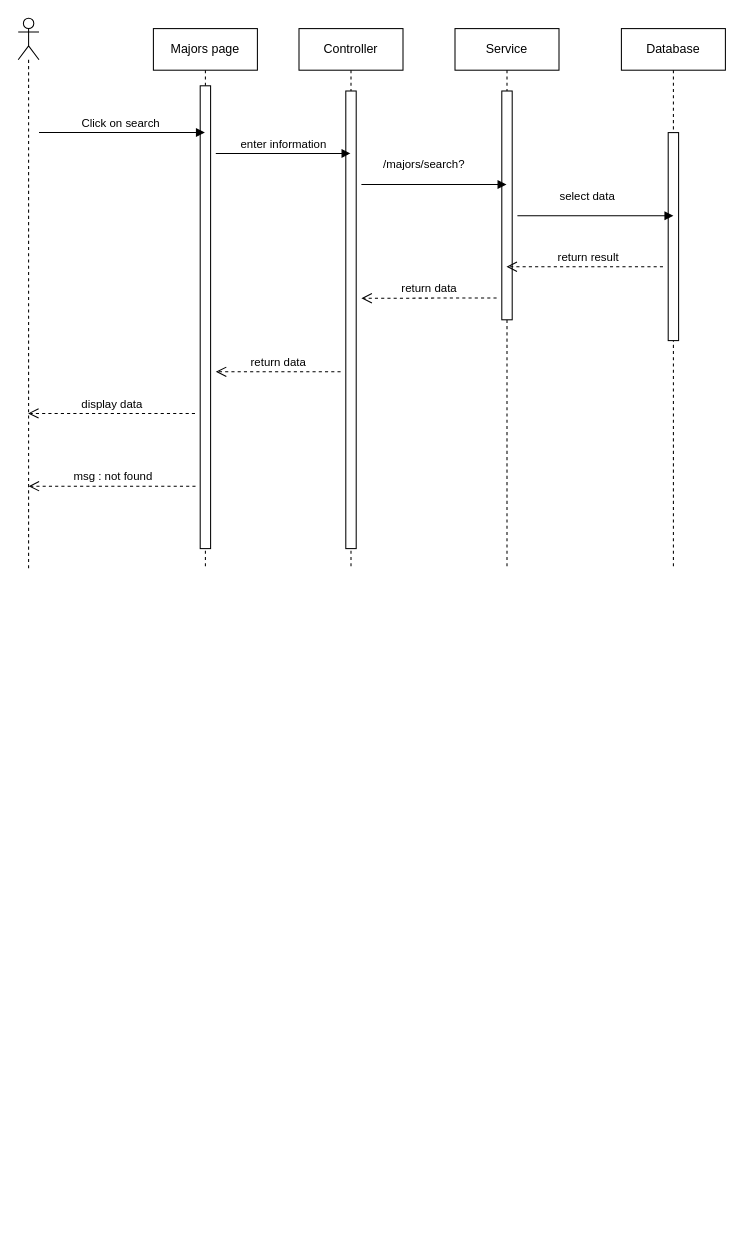
Before: page "Page-37" (37 of 39) of Untitled Diagram.drawio in sachvo/CuteXT, a draw.io diagram. Source tidied: cells renumbered, new cells numbered last; positions are measured from the earlier drawing's top-left corner, leaving out a move shared by most shapes. Both pictures are drawn from the tidied source at 104%, with x=0, y=0 at pixel (18, 18).
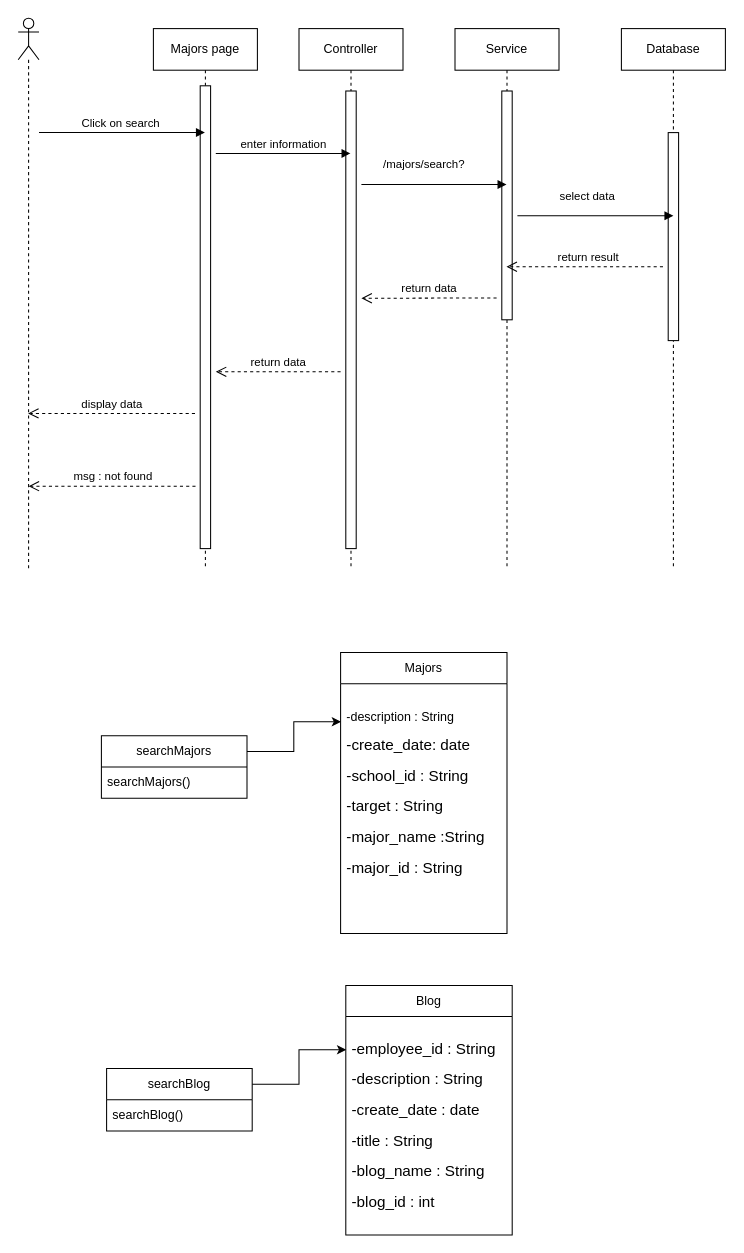
The same page after the edit.

Diff of the diagram source:
```diff
@@
+    <mxCell id="20" value="searchMajors" style="swimlane;fontStyle=0;horizontal=1;startSize=30;whiteSpace=wrap;html=1;" parent="1" vertex="1">
+      <mxGeometry x="80" y="690" width="140" height="60" as="geometry" />
+    </mxCell>
+    <mxCell id="21" value="searchMajors()" style="text;strokeColor=none;fillColor=none;align=left;verticalAlign=middle;spacingLeft=4;spacingRight=4;overflow=hidden;whiteSpace=wrap;html=1;" parent="20" vertex="1">
+      <mxGeometry y="30" width="140" height="30" as="geometry" />
+    </mxCell>
+    <mxCell id="22" value="Majors" style="swimlane;fontStyle=0;horizontal=1;startSize=30;whiteSpace=wrap;html=1;" parent="1" vertex="1">
+      <mxGeometry x="310" y="610" width="160" height="270" as="geometry" />
+    </mxCell>
+    <mxCell id="23" value="-description : String&lt;p style=&quot;border-color: var(--border-color);&quot;&gt;&lt;/p&gt;&lt;span style=&quot;font-variant-numeric: normal; font-variant-east-asian: normal; font-variant-alternates: normal; font-variant-position: normal; background-color: transparent; border-color: var(--border-color); font-size: 11pt; font-family: Arial, sans-serif; vertical-align: baseline;&quot;&gt;-create_date: date&lt;/span&gt;&lt;p style=&quot;border-color: var(--border-color);&quot;&gt;&lt;/p&gt;&lt;span style=&quot;font-variant-numeric: normal; font-variant-east-asian: normal; font-variant-alternates: normal; font-variant-position: normal; background-color: transparent; border-color: var(--border-color); font-size: 11pt; font-family: Arial, sans-serif; vertical-align: baseline;&quot;&gt;-school_id : String&lt;/span&gt;&lt;p style=&quot;border-color: var(--border-color);&quot;&gt;&lt;/p&gt;&lt;span style=&quot;font-variant-numeric: normal; font-variant-east-asian: normal; font-variant-alternates: normal; font-variant-position: normal; background-color: transparent; border-color: var(--border-color); font-size: 11pt; font-family: Arial, sans-serif; vertical-align: baseline;&quot;&gt;-target : String&lt;/span&gt;&lt;p style=&quot;border-color: var(--border-color);&quot;&gt;&lt;/p&gt;&lt;span style=&quot;font-variant-numeric: normal; font-variant-east-asian: normal; font-variant-alternates: normal; font-variant-position: normal; background-color: transparent; border-color: var(--border-color); font-size: 11pt; font-family: Arial, sans-serif; vertical-align: baseline;&quot;&gt;-major_name :String&lt;/span&gt;&lt;p style=&quot;border-color: var(--border-color);&quot;&gt;&lt;/p&gt;&lt;span style=&quot;font-variant-numeric: normal; font-variant-east-asian: normal; font-variant-alternates: normal; font-variant-position: normal; background-color: transparent; border-color: var(--border-color); font-size: 11pt; font-family: Arial, sans-serif; vertical-align: baseline;&quot;&gt;-major_id : String&lt;/span&gt;&lt;p style=&quot;border-color: var(--border-color);&quot;&gt;&lt;/p&gt;&lt;span style=&quot;font-variant-numeric: normal; font-variant-east-asian: normal; font-variant-alternates: normal; font-variant-position: normal; background-color: transparent; border-color: var(--border-color); font-size: 11pt; font-family: Arial, sans-serif; vertical-align: baseline;&quot;&gt;&amp;nbsp;&lt;/span&gt;" style="text;strokeColor=none;fillColor=none;align=left;verticalAlign=middle;spacingLeft=4;spacingRight=4;overflow=hidden;points=[[0,0.5],[1,0.5]];portConstraint=eastwest;whiteSpace=wrap;html=1;" parent="22" vertex="1">
+      <mxGeometry y="30" width="160" height="240" as="geometry" />
+    </mxCell>
+    <mxCell id="24" style="edgeStyle=orthogonalEdgeStyle;rounded=0;jettySize=auto;html=1;entryX=0.003;entryY=0.152;entryDx=0;entryDy=0;entryPerimeter=0;exitX=1;exitY=0.25;exitDx=0;exitDy=0;" parent="1" edge="1" source="20" target="23">
+      <mxGeometry relative="1" as="geometry" />
+    </mxCell>
+    <mxCell id="25" value="searchBlog" style="swimlane;fontStyle=0;horizontal=1;startSize=30;whiteSpace=wrap;html=1;" parent="1" vertex="1">
+      <mxGeometry x="85" y="1010" width="140" height="60" as="geometry" />
+    </mxCell>
+    <mxCell id="26" value="searchBlog()" style="text;strokeColor=none;fillColor=none;align=left;verticalAlign=middle;spacingLeft=4;spacingRight=4;overflow=hidden;whiteSpace=wrap;html=1;" parent="25" vertex="1">
+      <mxGeometry y="30" width="140" height="30" as="geometry" />
+    </mxCell>
+    <mxCell id="27" value="Blog" style="swimlane;fontStyle=0;horizontal=1;startSize=30;whiteSpace=wrap;html=1;" parent="1" vertex="1">
+      <mxGeometry x="315" y="930" width="160" height="240" as="geometry" />
+    </mxCell>
+    <mxCell id="28" value="&lt;span style=&quot;font-variant-numeric: normal; font-variant-east-asian: normal; font-variant-alternates: normal; font-variant-position: normal; background-color: transparent; font-size: 11pt; font-family: Arial, sans-serif; vertical-align: baseline;&quot;&gt;-employee_id : String&lt;/span&gt;&lt;p&gt;&lt;/p&gt;&lt;span style=&quot;font-variant-numeric: normal; font-variant-east-asian: normal; font-variant-alternates: normal; font-variant-position: normal; background-color: transparent; font-size: 11pt; font-family: Arial, sans-serif; vertical-align: baseline;&quot;&gt;-description : String&lt;/span&gt;&lt;p&gt;&lt;/p&gt;&lt;span style=&quot;font-variant-numeric: normal; font-variant-east-asian: normal; font-variant-alternates: normal; font-variant-position: normal; background-color: transparent; font-size: 11pt; font-family: Arial, sans-serif; vertical-align: baseline;&quot;&gt;-create_date : date&amp;nbsp;&lt;/span&gt;&lt;p&gt;&lt;/p&gt;&lt;span style=&quot;font-variant-numeric: normal; font-variant-east-asian: normal; font-variant-alternates: normal; font-variant-position: normal; background-color: transparent; font-size: 11pt; font-family: Arial, sans-serif; vertical-align: baseline;&quot;&gt;-title : String&lt;/span&gt;&lt;p&gt;&lt;/p&gt;&lt;span style=&quot;font-variant-numeric: normal; font-variant-east-asian: normal; font-variant-alternates: normal; font-variant-position: normal; background-color: transparent; font-size: 11pt; font-family: Arial, sans-serif; vertical-align: baseline;&quot;&gt;-blog_name : String&lt;/span&gt;&lt;p&gt;&lt;/p&gt;&lt;span style=&quot;font-variant-numeric: normal; font-variant-east-asian: normal; font-variant-alternates: normal; font-variant-position: normal; background-color: transparent; font-size: 11pt; font-family: Arial, sans-serif; vertical-align: baseline;&quot;&gt;-blog_id : int&lt;/span&gt;" style="text;strokeColor=none;fillColor=none;align=left;verticalAlign=middle;spacingLeft=4;spacingRight=4;overflow=hidden;points=[[0,0.5],[1,0.5]];portConstraint=eastwest;whiteSpace=wrap;html=1;" parent="27" vertex="1">
+      <mxGeometry y="30" width="160" height="210" as="geometry" />
+    </mxCell>
+    <mxCell id="29" style="edgeStyle=orthogonalEdgeStyle;rounded=0;jettySize=auto;html=1;entryX=0.003;entryY=0.152;entryDx=0;entryDy=0;entryPerimeter=0;exitX=1;exitY=0.25;exitDx=0;exitDy=0;" parent="1" edge="1" source="25" target="28">
+      <mxGeometry relative="1" as="geometry" />
+    </mxCell>
```
